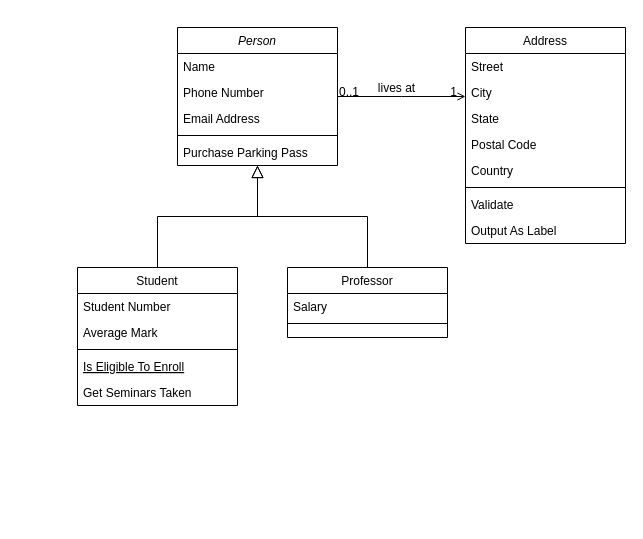
AksharNana/QuizPlatform-Docs keeps this draw.io diagram as views/Untitled Diagram.drawio. Above is the earlier version. Source tidied: cells renumbered, new cells numbered last; positions are measured from the earlier drawing's top-left corner, leaving out a move shared by most shapes. Both pictures are drawn from the tidied source at 100%, with x=0, y=0 at pixel (77, 27).
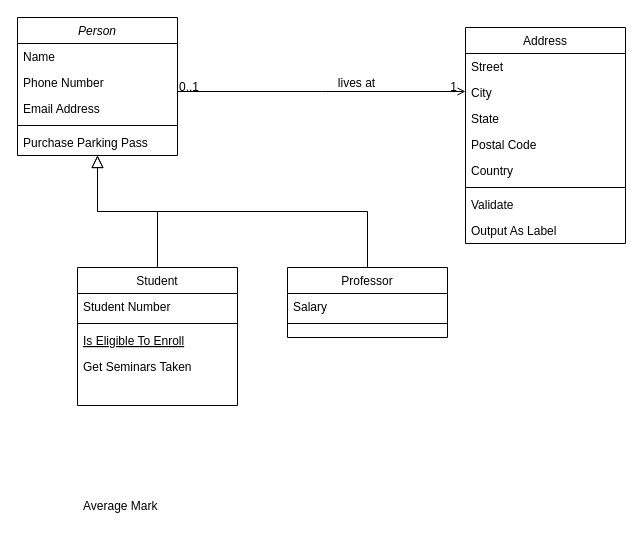
The same page after the edit.

Unchanged cells that the change refers to:
```xml
<mxCell id="8" value="Student" style="swimlane;fontStyle=0;align=center;verticalAlign=top;horizontal=1;startSize=26;rounded=0;shadow=0;strokeWidth=1;" parent="1" vertex="1">
  <mxGeometry y="240" width="160" height="138" as="geometry" />
</mxCell>
```

Diff of the diagram source:
```diff
@@
     <mxCell id="2" value="Person" style="swimlane;fontStyle=2;align=center;verticalAlign=top;horizontal=1;startSize=26;rounded=0;shadow=0;strokeWidth=1;" parent="1" vertex="1">
-      <mxGeometry x="100" width="160" height="138" as="geometry" />
+      <mxGeometry x="-60" y="-10" width="160" height="138" as="geometry" />
     </mxCell>
@@
-    <mxCell id="10" value="Average Mark" style="text;align=left;verticalAlign=top;spacingLeft=4;spacingRight=4;overflow=hidden;rounded=0;shadow=0;html=0;" parent="8" vertex="1">
-      <mxGeometry y="52" width="160" height="26" as="geometry" />
-    </mxCell>
     <mxCell id="11" style="line;html=1;strokeWidth=1;align=left;verticalAlign=middle;spacingTop=-1;spacingLeft=3;spacingRight=3;labelPosition=right;" parent="8" vertex="1">
-      <mxGeometry y="78" width="160" height="8" as="geometry" />
+      <mxGeometry y="52" width="160" height="8" as="geometry" />
     </mxCell>
     <mxCell id="12" value="Is Eligible To Enroll" style="text;align=left;verticalAlign=top;spacingLeft=4;spacingRight=4;overflow=hidden;fontStyle=4;" parent="8" vertex="1">
-      <mxGeometry y="86" width="160" height="26" as="geometry" />
+      <mxGeometry y="60" width="160" height="26" as="geometry" />
     </mxCell>
     <mxCell id="13" value="Get Seminars Taken" style="text;align=left;verticalAlign=top;spacingLeft=4;spacingRight=4;overflow=hidden;" parent="8" vertex="1">
-      <mxGeometry y="112" width="160" height="26" as="geometry" />
+      <mxGeometry y="86" width="160" height="26" as="geometry" />
     </mxCell>
@@
+    <mxCell id="10" value="Average Mark" style="text;align=left;verticalAlign=top;spacingLeft=4;spacingRight=4;overflow=hidden;rounded=0;shadow=0;html=0;" parent="1" vertex="1">
+      <mxGeometry y="465" width="160" height="26" as="geometry" />
+    </mxCell>
```
